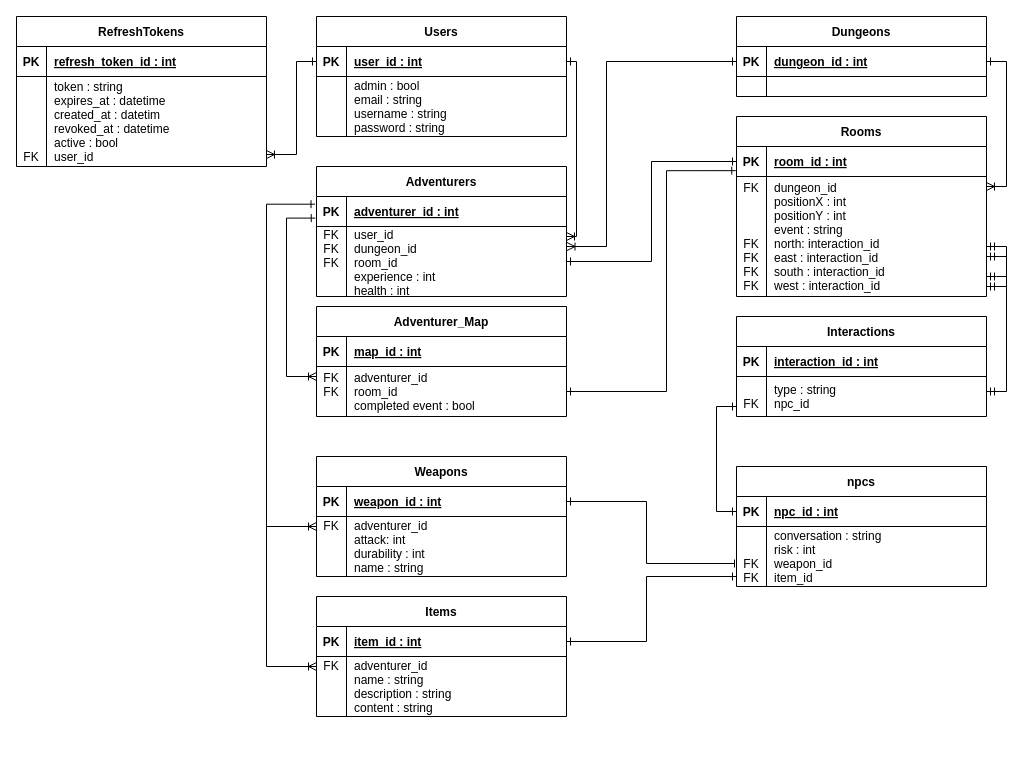
This is Documentation/Diagrams/ERD.drawio from Thomas-Molen/FHICT-S3-IP, a draw.io file, before an edit. Source tidied: cells renumbered, new cells numbered last; positions are measured from the earlier drawing's top-left corner, leaving out a move shared by most shapes. Both pictures are drawn from the tidied source at 100%, with x=0, y=0 at pixel (16, 16).
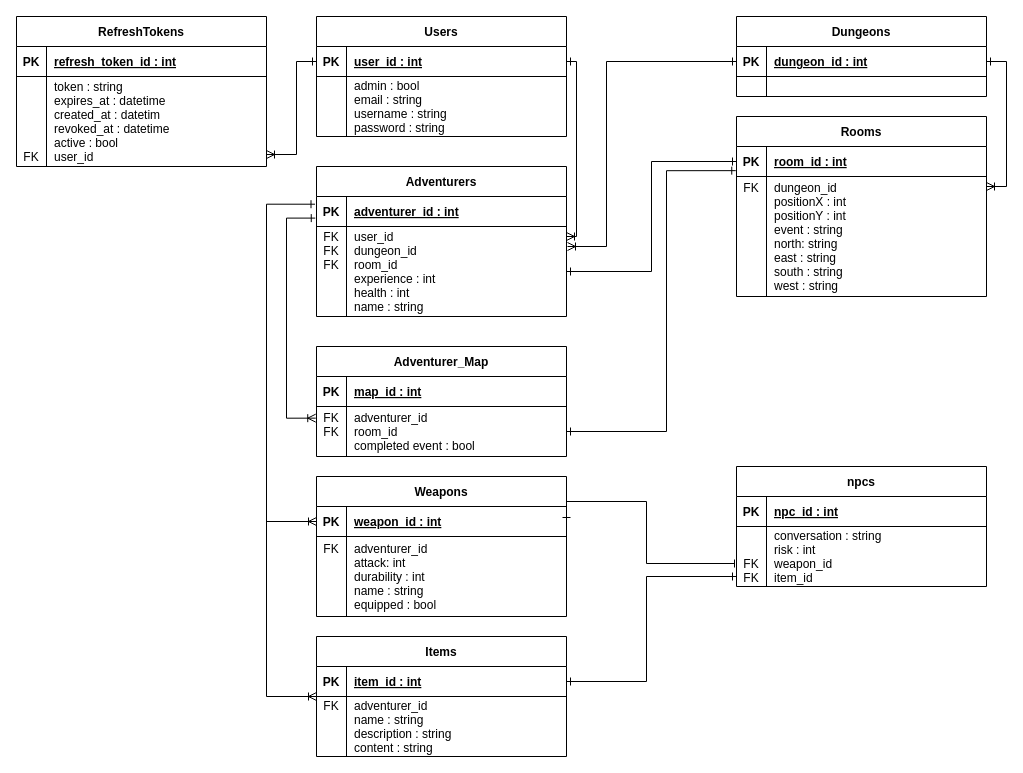
After the change.

The change refers to these unchanged cells:
```xml
<mxCell id="17" style="shape=partialRectangle;fillColor=none;points=[[0,0.5],[1,0.5]];portConstraint=eastwest;top=0;left=0;right=0;bottom=1;" parent="16" vertex="1">
  <mxGeometry y="30" width="250" height="30" as="geometry" />
</mxCell>
<mxCell id="20" style="shape=partialRectangle;fillColor=none;points=[[0,0.5],[1,0.5]];portConstraint=eastwest;top=0;left=0;right=0;bottom=0;" parent="16" vertex="1">
  <mxGeometry y="60" width="250" height="120" as="geometry" />
</mxCell>
<mxCell id="25" style="shape=partialRectangle;fillColor=none;points=[[0,0.5],[1,0.5]];portConstraint=eastwest;top=0;left=0;right=0;bottom=1;" parent="24" vertex="1">
  <mxGeometry y="30" width="250" height="30" as="geometry" />
</mxCell>
<mxCell id="32" style="shape=partialRectangle;fillColor=none;points=[[0,0.5],[1,0.5]];portConstraint=eastwest;top=0;left=0;right=0;bottom=1;" parent="31" vertex="1">
  <mxGeometry y="30" width="250" height="30" as="geometry" />
</mxCell>
<mxCell id="39" style="shape=partialRectangle;fillColor=none;points=[[0,0.5],[1,0.5]];portConstraint=eastwest;top=0;left=0;right=0;bottom=1;" parent="38" vertex="1">
  <mxGeometry y="30" width="250" height="30" as="geometry" />
</mxCell>
<mxCell id="42" style="shape=partialRectangle;fillColor=none;points=[[0,0.5],[1,0.5]];portConstraint=eastwest;top=0;left=0;right=0;bottom=0;" parent="38" vertex="1">
  <mxGeometry y="60" width="250" height="60" as="geometry" />
</mxCell>
<mxCell id="49" style="shape=partialRectangle;fillColor=none;points=[[0,0.5],[1,0.5]];portConstraint=eastwest;top=0;left=0;right=0;bottom=0;" parent="45" vertex="1">
  <mxGeometry y="60" width="250" height="50" as="geometry" />
</mxCell>
<mxCell id="60" style="shape=partialRectangle;fillColor=none;points=[[0,0.5],[1,0.5]];portConstraint=eastwest;top=0;left=0;right=0;bottom=1;" parent="59" vertex="1">
  <mxGeometry y="30" width="250" height="30" as="geometry" />
</mxCell>
<mxCell id="63" style="shape=partialRectangle;fillColor=none;points=[[0,0.5],[1,0.5]];portConstraint=eastwest;top=0;left=0;right=0;bottom=0;" parent="59" vertex="1">
  <mxGeometry y="60" width="250" height="60" as="geometry" />
</mxCell>
```

Change to the diagram source:
```diff
@@
-    <mxCell id="21" value="FK&#10;&#10;&#10;&#10;FK&#10;FK&#10;FK&#10;FK" style="shape=partialRectangle;overflow=hidden;fillColor=none;top=0;left=0;bottom=0;right=0;" parent="20" vertex="1">
+    <mxCell id="21" value="FK&#10;&#10;&#10;&#10;&#10;&#10;&#10;" style="shape=partialRectangle;overflow=hidden;fillColor=none;top=0;left=0;bottom=0;right=0;" parent="20" vertex="1">
       <mxGeometry width="30" height="120" as="geometry" />
     </mxCell>
-    <mxCell id="22" value="dungeon_id&#10;positionX : int&#10;positionY : int&#10;event : string&#10;north: interaction_id&#10;east : interaction_id&#10;south : interaction_id&#10;west : interaction_id" style="shape=partialRectangle;overflow=hidden;fillColor=none;top=0;left=0;bottom=0;right=0;align=left;spacingLeft=6;" parent="20" vertex="1">
+    <mxCell id="22" value="dungeon_id&#10;positionX : int&#10;positionY : int&#10;event : string&#10;north: string&#10;east : string&#10;south : string&#10;west : string" style="shape=partialRectangle;overflow=hidden;fillColor=none;top=0;left=0;bottom=0;right=0;align=left;spacingLeft=6;" parent="20" vertex="1">
       <mxGeometry x="30" width="220" height="120" as="geometry" />
     </mxCell>
-    <mxCell id="23" style="edgeStyle=orthogonalEdgeStyle;rounded=0;jettySize=auto;html=1;startArrow=ERoneToMany;startFill=0;endArrow=ERone;endFill=0;exitX=1.002;exitY=0.286;exitDx=0;exitDy=0;exitPerimeter=0;" parent="1" edge="1" source="28">
+    <mxCell id="23" style="edgeStyle=orthogonalEdgeStyle;rounded=0;orthogonalLoop=1;jettySize=auto;html=1;startArrow=ERoneToMany;startFill=0;endArrow=ERone;endFill=0;" parent="1" edge="1">
       <mxGeometry relative="1" as="geometry">
+        <mxPoint x="551" y="230" as="sourcePoint" />
         <mxPoint x="720" y="45" as="targetPoint" />
         <Array as="points">
           <mxPoint x="590" y="230" />
           <mxPoint x="590" y="45" />
         </Array>
       </mxGeometry>
     </mxCell>
     <mxCell id="24" value="Adventurers" style="shape=table;startSize=30;childLayout=tableLayout;rowLines=0;fontStyle=1;align=center;" parent="1" vertex="1">
-      <mxGeometry x="300" y="150" width="250" height="130" as="geometry" />
+      <mxGeometry x="300" y="150" width="250" height="150" as="geometry" />
     </mxCell>
@@
     <mxCell id="28" style="shape=partialRectangle;fillColor=none;points=[[0,0.5],[1,0.5]];portConstraint=eastwest;top=0;left=0;right=0;bottom=0;" parent="24" vertex="1">
-      <mxGeometry y="60" width="250" height="70" as="geometry" />
+      <mxGeometry y="60" width="250" height="90" as="geometry" />
     </mxCell>
-    <mxCell id="29" value="FK&#10;FK&#10;FK&#10;&#10;" style="shape=partialRectangle;overflow=hidden;fillColor=none;top=0;left=0;bottom=0;right=0;" parent="28" vertex="1">
-      <mxGeometry width="30" height="70" as="geometry" />
+    <mxCell id="29" value="FK&#10;FK&#10;FK&#10;&#10;&#10;" style="shape=partialRectangle;overflow=hidden;fillColor=none;top=0;left=0;bottom=0;right=0;" parent="28" vertex="1">
+      <mxGeometry width="30" height="90" as="geometry" />
     </mxCell>
-    <mxCell id="30" value="user_id&#10;dungeon_id&#10;room_id&#10;experience : int&#10;health : int" style="shape=partialRectangle;overflow=hidden;fillColor=none;top=0;left=0;bottom=0;right=0;align=left;spacingLeft=6;" parent="28" vertex="1">
-      <mxGeometry x="30" width="220" height="70" as="geometry" />
+    <mxCell id="30" value="user_id&#10;dungeon_id&#10;room_id&#10;experience : int&#10;health : int&#10;name : string" style="shape=partialRectangle;overflow=hidden;fillColor=none;top=0;left=0;bottom=0;right=0;align=left;spacingLeft=6;" parent="28" vertex="1">
+      <mxGeometry x="30" width="220" height="90" as="geometry" />
     </mxCell>
     <mxCell id="31" value="Weapons" style="shape=table;startSize=30;childLayout=tableLayout;rowLines=0;fontStyle=1;align=center;" parent="1" vertex="1">
-      <mxGeometry x="300" y="440" width="250" height="120" as="geometry" />
+      <mxGeometry x="300" y="460" width="250" height="140" as="geometry" />
     </mxCell>
@@
     <mxCell id="35" style="shape=partialRectangle;fillColor=none;points=[[0,0.5],[1,0.5]];portConstraint=eastwest;top=0;left=0;right=0;bottom=0;" parent="31" vertex="1">
-      <mxGeometry y="60" width="250" height="60" as="geometry" />
+      <mxGeometry y="60" width="250" height="80" as="geometry" />
     </mxCell>
-    <mxCell id="36" value="FK&#10;&#10;&#10;" style="shape=partialRectangle;overflow=hidden;fillColor=none;top=0;left=0;bottom=0;right=0;" parent="35" vertex="1">
-      <mxGeometry width="30" height="60" as="geometry" />
+    <mxCell id="36" value="FK&#10;&#10;&#10;&#10;" style="shape=partialRectangle;overflow=hidden;fillColor=none;top=0;left=0;bottom=0;right=0;" parent="35" vertex="1">
+      <mxGeometry width="30" height="80" as="geometry" />
     </mxCell>
-    <mxCell id="37" value="adventurer_id&#10;attack: int&#10;durability : int&#10;name : string" style="shape=partialRectangle;overflow=hidden;fillColor=none;top=0;left=0;bottom=0;right=0;align=left;spacingLeft=6;" parent="35" vertex="1">
-      <mxGeometry x="30" width="220" height="60" as="geometry" />
+    <mxCell id="37" value="adventurer_id&#10;attack: int&#10;durability : int&#10;name : string&#10;equipped : bool" style="shape=partialRectangle;overflow=hidden;fillColor=none;top=0;left=0;bottom=0;right=0;align=left;spacingLeft=6;" parent="35" vertex="1">
+      <mxGeometry x="30" width="220" height="80" as="geometry" />
     </mxCell>
     <mxCell id="38" value="Items" style="shape=table;startSize=30;childLayout=tableLayout;rowLines=0;fontStyle=1;align=center;" parent="1" vertex="1">
-      <mxGeometry x="300" y="580" width="250" height="120" as="geometry" />
+      <mxGeometry x="300" y="620" width="250" height="120" as="geometry" />
     </mxCell>
@@
     <mxCell id="45" value="Adventurer_Map" style="shape=table;startSize=30;childLayout=tableLayout;rowLines=0;fontStyle=1;align=center;" parent="1" vertex="1">
-      <mxGeometry x="300" y="290" width="250" height="110" as="geometry" />
+      <mxGeometry x="300" y="330" width="250" height="110" as="geometry" />
     </mxCell>
@@
-    <mxCell id="52" value="Interactions" style="shape=table;startSize=30;childLayout=tableLayout;rowLines=0;fontStyle=1;align=center;" parent="1" vertex="1">
-      <mxGeometry x="720" y="300" width="250" height="100" as="geometry" />
-    </mxCell>
-    <mxCell id="53" style="shape=partialRectangle;fillColor=none;top=0;left=0;right=0;bottom=1;" parent="52" vertex="1">
-      <mxGeometry y="30" width="250" height="30" as="geometry" />
-    </mxCell>
-    <mxCell id="54" value="PK" style="shape=partialRectangle;overflow=hidden;fillColor=none;top=0;left=0;bottom=0;right=0;fontStyle=1;" parent="53" vertex="1">
-      <mxGeometry width="30" height="30" as="geometry" />
-    </mxCell>
-    <mxCell id="55" value="interaction_id : int" style="shape=partialRectangle;overflow=hidden;fillColor=none;top=0;left=0;bottom=0;right=0;align=left;spacingLeft=6;fontStyle=5;" parent="53" vertex="1">
-      <mxGeometry x="30" width="220" height="30" as="geometry" />
-    </mxCell>
-    <mxCell id="56" style="shape=partialRectangle;fillColor=none;points=[[0,0.5],[1,0.5]];portConstraint=eastwest;top=0;left=0;right=0;bottom=0;" parent="52" vertex="1">
-      <mxGeometry y="60" width="250" height="40" as="geometry" />
-    </mxCell>
-    <mxCell id="57" value="&#10;FK" style="shape=partialRectangle;overflow=hidden;fillColor=none;top=0;left=0;bottom=0;right=0;" parent="56" vertex="1">
-      <mxGeometry width="30" height="40" as="geometry" />
-    </mxCell>
-    <mxCell id="58" value="type : string&#10;npc_id" style="shape=partialRectangle;overflow=hidden;fillColor=none;top=0;left=0;bottom=0;right=0;align=left;spacingLeft=6;" parent="56" vertex="1">
-      <mxGeometry x="30" width="220" height="40" as="geometry" />
-    </mxCell>
@@
-    <mxCell id="69" style="edgeStyle=orthogonalEdgeStyle;rounded=0;jettySize=auto;html=1;entryX=-0.005;entryY=0.72;entryDx=0;entryDy=0;startArrow=ERoneToMany;startFill=0;endArrow=ERone;endFill=0;entryPerimeter=0;" parent="1" edge="1" source="49" target="25">
+    <mxCell id="69" style="edgeStyle=orthogonalEdgeStyle;rounded=0;jettySize=auto;html=1;entryX=-0.005;entryY=0.72;entryDx=0;entryDy=0;startArrow=ERoneToMany;startFill=0;endArrow=ERone;endFill=0;entryPerimeter=0;exitX=-0.003;exitY=0.233;exitDx=0;exitDy=0;exitPerimeter=0;" parent="1" edge="1" source="49" target="25">
       <mxGeometry relative="1" as="geometry">
         <Array as="points">
-          <mxPoint x="270" y="360" />
+          <mxPoint x="270" y="402" />
           <mxPoint x="270" y="202" />
-          <mxPoint x="299" y="202" />
         </Array>
       </mxGeometry>
     </mxCell>
-    <mxCell id="70" style="edgeStyle=orthogonalEdgeStyle;rounded=0;jettySize=auto;html=1;entryX=-0.003;entryY=0.805;entryDx=0;entryDy=0;entryPerimeter=0;startArrow=ERone;startFill=0;endArrow=ERone;endFill=0;" parent="1" edge="1" source="49" target="17">
+    <mxCell id="70" style="edgeStyle=orthogonalEdgeStyle;rounded=0;jettySize=auto;html=1;entryX=-0.003;entryY=0.805;entryDx=0;entryDy=0;entryPerimeter=0;startArrow=ERone;startFill=0;endArrow=ERone;endFill=0;exitX=1;exitY=0.5;exitDx=0;exitDy=0;" parent="1" edge="1" source="49" target="17">
       <mxGeometry relative="1" as="geometry">
         <Array as="points">
-          <mxPoint x="650" y="375" />
+          <mxPoint x="650" y="415" />
           <mxPoint x="650" y="154" />
         </Array>
       </mxGeometry>
     </mxCell>
-    <mxCell id="71" style="edgeStyle=orthogonalEdgeStyle;rounded=0;jettySize=auto;html=1;startArrow=ERoneToMany;startFill=0;endArrow=ERone;endFill=0;entryX=-0.006;entryY=0.257;entryDx=0;entryDy=0;entryPerimeter=0;" parent="1" edge="1" source="35" target="25">
+    <mxCell id="71" style="edgeStyle=orthogonalEdgeStyle;rounded=0;jettySize=auto;html=1;startArrow=ERoneToMany;startFill=0;endArrow=ERone;endFill=0;entryX=-0.006;entryY=0.257;entryDx=0;entryDy=0;entryPerimeter=0;exitX=0;exitY=0.5;exitDx=0;exitDy=0;" parent="1" edge="1" source="32" target="25">
       <mxGeometry relative="1" as="geometry">
         <Array as="points">
-          <mxPoint x="250" y="510" />
+          <mxPoint x="250" y="505" />
           <mxPoint x="250" y="188" />
         </Array>
       </mxGeometry>
     </mxCell>
-    <mxCell id="72" style="edgeStyle=orthogonalEdgeStyle;rounded=0;jettySize=auto;html=1;startArrow=ERoneToMany;startFill=0;endArrow=none;endFill=0;" parent="1" edge="1" source="42">
+    <mxCell id="72" style="edgeStyle=orthogonalEdgeStyle;rounded=0;orthogonalLoop=1;jettySize=auto;html=1;startArrow=ERoneToMany;startFill=0;endArrow=none;endFill=0;" parent="1" edge="1">
       <mxGeometry relative="1" as="geometry">
+        <mxPoint x="300" y="680" as="sourcePoint" />
         <mxPoint x="250" y="500" as="targetPoint" />
         <Array as="points">
-          <mxPoint x="250" y="650" />
+          <mxPoint x="300" y="680" />
+          <mxPoint x="250" y="680" />
         </Array>
       </mxGeometry>
     </mxCell>
-    <mxCell id="73" style="edgeStyle=orthogonalEdgeStyle;rounded=0;jettySize=auto;html=1;entryX=1;entryY=0.5;entryDx=0;entryDy=0;startArrow=ERmandOne;startFill=0;endArrow=ERmandOne;endFill=0;" parent="1" edge="1" source="20">
-      <mxGeometry relative="1" as="geometry">
-        <mxPoint x="970" y="375" as="targetPoint" />
-        <Array as="points">
-          <mxPoint x="990" y="230" />
-          <mxPoint x="990" y="375" />
-        </Array>
-      </mxGeometry>
-    </mxCell>
-    <mxCell id="74" style="edgeStyle=orthogonalEdgeStyle;rounded=0;jettySize=auto;html=1;startArrow=ERmandOne;startFill=0;endArrow=none;endFill=0;" parent="1" edge="1" source="20">
-      <mxGeometry relative="1" as="geometry">
-        <mxPoint x="990" y="250" as="targetPoint" />
-        <Array as="points">
-          <mxPoint x="990" y="240" />
-        </Array>
-      </mxGeometry>
-    </mxCell>
-    <mxCell id="75" style="edgeStyle=orthogonalEdgeStyle;rounded=0;jettySize=auto;html=1;startArrow=ERmandOne;startFill=0;endArrow=none;endFill=0;" parent="1" edge="1" source="20">
-      <mxGeometry relative="1" as="geometry">
-        <mxPoint x="990" y="260" as="targetPoint" />
-        <Array as="points">
-          <mxPoint x="980" y="260" />
-          <mxPoint x="980" y="260" />
-        </Array>
-      </mxGeometry>
-    </mxCell>
-    <mxCell id="76" style="edgeStyle=orthogonalEdgeStyle;rounded=0;jettySize=auto;html=1;startArrow=ERmandOne;startFill=0;endArrow=none;endFill=0;" parent="1" edge="1" source="20">
-      <mxGeometry relative="1" as="geometry">
-        <mxPoint x="990" y="280" as="targetPoint" />
-        <Array as="points">
-          <mxPoint x="990" y="270" />
-        </Array>
-      </mxGeometry>
-    </mxCell>
-    <mxCell id="77" style="edgeStyle=orthogonalEdgeStyle;rounded=0;jettySize=auto;html=1;entryX=0;entryY=0.5;entryDx=0;entryDy=0;startArrow=ERone;startFill=0;endArrow=ERone;endFill=0;exitX=0;exitY=0.75;exitDx=0;exitDy=0;exitPerimeter=0;" parent="1" edge="1" source="56" target="60">
-      <mxGeometry relative="1" as="geometry">
-        <Array as="points">
-          <mxPoint x="700" y="390" />
-          <mxPoint x="700" y="495" />
-        </Array>
-      </mxGeometry>
-    </mxCell>
@@
     <mxCell id="79" style="edgeStyle=orthogonalEdgeStyle;rounded=0;jettySize=auto;html=1;entryX=1;entryY=0.5;entryDx=0;entryDy=0;startArrow=ERone;startFill=0;endArrow=ERone;endFill=0;" parent="1" edge="1" source="63" target="39">
       <mxGeometry relative="1" as="geometry">
         <Array as="points">
           <mxPoint x="630" y="560" />
-          <mxPoint x="630" y="625" />
+          <mxPoint x="630" y="665" />
         </Array>
       </mxGeometry>
     </mxCell>
```
